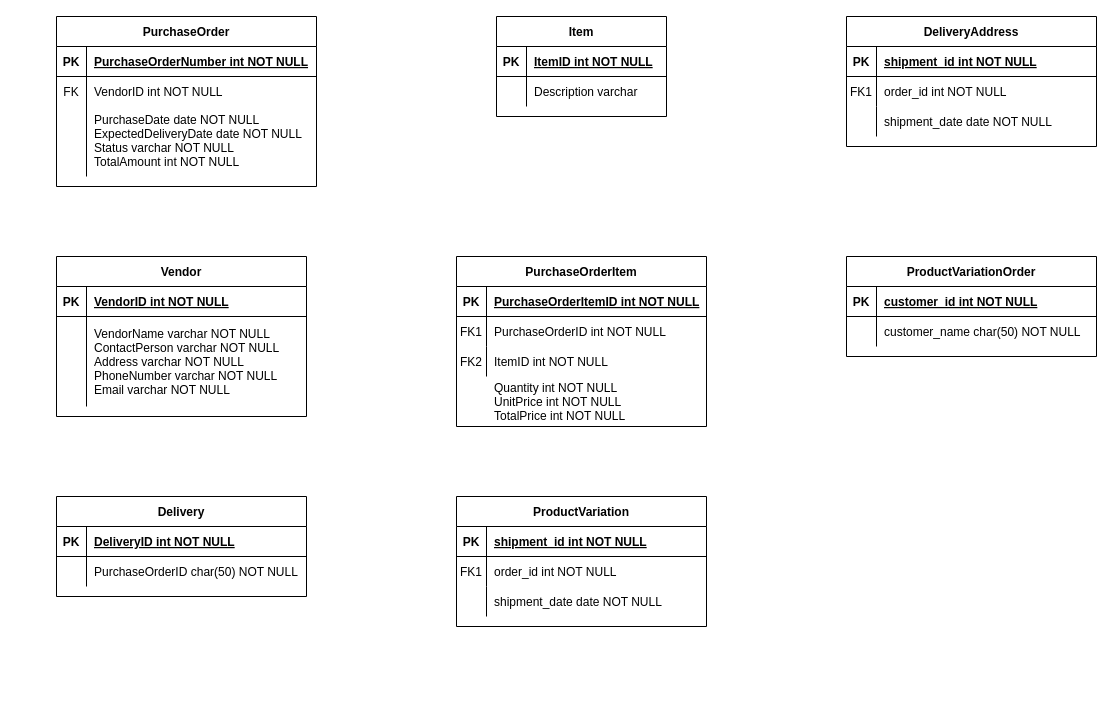
Above: Grament Buying House ER Diagram.drawio in AswadMuntasir/er_diagrams (draw.io), before the change. Source tidied: cells renumbered, new cells numbered last; positions are measured from the earlier drawing's top-left corner, leaving out a move shared by most shapes. Both pictures are drawn from the tidied source at 100%, with x=0, y=0 at pixel (56, 16).
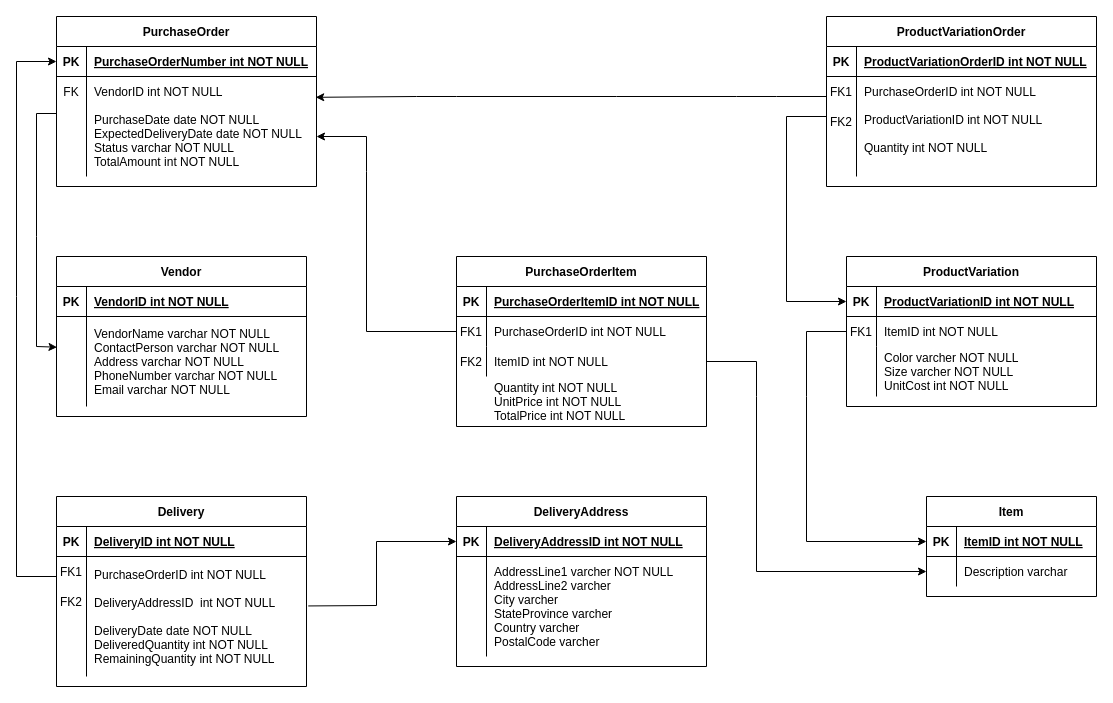
The same page after the edit.

Commit message:
Update Grament Buying House ER Diagram

Unchanged cells that the change refers to:
```xml
<mxCell id="3" style="shape=partialRectangle;fillColor=none;points=[[0,0.5],[1,0.5]];portConstraint=eastwest;top=0;left=0;right=0;bottom=1;" parent="2" vertex="1">
  <mxGeometry y="30" width="170" height="30" as="geometry" />
</mxCell>
<mxCell id="6" style="shape=partialRectangle;fillColor=none;points=[[0,0.5],[1,0.5]];portConstraint=eastwest;top=0;left=0;right=0;bottom=0;" parent="2" vertex="1">
  <mxGeometry y="60" width="170" height="30" as="geometry" />
</mxCell>
<mxCell id="13" style="shape=partialRectangle;fillColor=none;points=[[0,0.5],[1,0.5]];portConstraint=eastwest;top=0;left=0;right=0;bottom=0;" parent="9" vertex="1">
  <mxGeometry y="60" width="250" height="30" as="geometry" />
</mxCell>
<mxCell id="16" style="shape=partialRectangle;fillColor=none;points=[[0,0.5],[1,0.5]];portConstraint=eastwest;top=0;left=0;right=0;bottom=0;" parent="9" vertex="1">
  <mxGeometry y="90" width="250" height="30" as="geometry" />
</mxCell>
<mxCell id="20" style="shape=partialRectangle;fillColor=none;points=[[0,0.5],[1,0.5]];portConstraint=eastwest;top=0;left=0;right=0;bottom=1;" parent="19" vertex="1">
  <mxGeometry y="30" width="260" height="30" as="geometry" />
</mxCell>
<mxCell id="23" style="shape=partialRectangle;fillColor=none;points=[[0,0.5],[1,0.5]];portConstraint=eastwest;top=0;left=0;right=0;bottom=0;" parent="19" vertex="1">
  <mxGeometry y="60" width="260" height="100" as="geometry" />
</mxCell>
<mxCell id="30" style="shape=partialRectangle;fillColor=none;points=[[0,0.5],[1,0.5]];portConstraint=eastwest;top=0;left=0;right=0;bottom=0;" parent="26" vertex="1">
  <mxGeometry y="60" width="250" height="90" as="geometry" />
</mxCell>
<mxCell id="48" style="shape=partialRectangle;fillColor=none;points=[[0,0.5],[1,0.5]];portConstraint=eastwest;top=0;left=0;right=0;bottom=1;" parent="47" vertex="1">
  <mxGeometry y="30" width="250" height="30" as="geometry" />
</mxCell>
<mxCell id="51" style="shape=partialRectangle;fillColor=none;points=[[0,0.5],[1,0.5]];portConstraint=eastwest;top=0;left=0;right=0;bottom=0;" parent="47" vertex="1">
  <mxGeometry y="60" width="250" height="30" as="geometry" />
</mxCell>
<mxCell id="58" style="shape=partialRectangle;fillColor=none;points=[[0,0.5],[1,0.5]];portConstraint=eastwest;top=0;left=0;right=0;bottom=1;" parent="57" vertex="1">
  <mxGeometry y="30" width="250" height="30" as="geometry" />
</mxCell>
```

Change to the diagram source:
```diff
@@
     <mxCell id="2" value="Item" style="shape=table;startSize=30;childLayout=tableLayout;rowLines=0;fontStyle=1;align=center;" parent="1" vertex="1">
-      <mxGeometry x="440" width="170" height="100" as="geometry" />
+      <mxGeometry x="870" y="480" width="170" height="100" as="geometry" />
     </mxCell>
@@
     <mxCell id="33" value="Delivery" style="shape=table;startSize=30;childLayout=tableLayout;rowLines=0;fontStyle=1;align=center;" parent="1" vertex="1">
-      <mxGeometry y="480" width="250" height="100" as="geometry" />
+      <mxGeometry y="480" width="250" height="190" as="geometry" />
     </mxCell>
@@
     <mxCell id="37" style="shape=partialRectangle;fillColor=none;points=[[0,0.5],[1,0.5]];portConstraint=eastwest;top=0;left=0;right=0;bottom=0;" parent="33" vertex="1">
-      <mxGeometry y="60" width="250" height="30" as="geometry" />
+      <mxGeometry y="60" width="250" height="120" as="geometry" />
     </mxCell>
     <mxCell id="38" style="shape=partialRectangle;overflow=hidden;fillColor=none;top=0;left=0;bottom=0;right=0;" parent="37" vertex="1">
-      <mxGeometry width="30" height="30" as="geometry" />
+      <mxGeometry width="30" height="120" as="geometry" />
     </mxCell>
-    <mxCell id="39" value="PurchaseOrderID  char(50) NOT NULL" style="shape=partialRectangle;overflow=hidden;fillColor=none;top=0;left=0;bottom=0;right=0;align=left;spacingLeft=6;" parent="37" vertex="1">
-      <mxGeometry x="30" width="220" height="30" as="geometry" />
+    <mxCell id="39" value="PurchaseOrderID int NOT NULL&#10;&#10;DeliveryAddressID  int NOT NULL&#10;&#10;DeliveryDate date NOT NULL&#10;DeliveredQuantity int NOT NULL&#10;RemainingQuantity int NOT NULL " style="shape=partialRectangle;overflow=hidden;fillColor=none;top=0;left=0;bottom=0;right=0;align=left;spacingLeft=6;" parent="37" vertex="1">
+      <mxGeometry x="30" width="220" height="120" as="geometry" />
     </mxCell>
     <mxCell id="40" value="ProductVariationOrder" style="shape=table;startSize=30;childLayout=tableLayout;rowLines=0;fontStyle=1;align=center;" parent="1" vertex="1">
-      <mxGeometry x="790" y="240" width="250" height="100" as="geometry" />
+      <mxGeometry x="770" width="270" height="170" as="geometry" />
     </mxCell>
     <mxCell id="41" style="shape=partialRectangle;fillColor=none;top=0;left=0;right=0;bottom=1;" parent="40" vertex="1">
-      <mxGeometry y="30" width="250" height="30" as="geometry" />
+      <mxGeometry y="30" width="270" height="30" as="geometry" />
     </mxCell>
@@
-    <mxCell id="43" value="customer_id int NOT NULL " style="shape=partialRectangle;overflow=hidden;fillColor=none;top=0;left=0;bottom=0;right=0;align=left;spacingLeft=6;fontStyle=5;" parent="41" vertex="1">
-      <mxGeometry x="30" width="220" height="30" as="geometry" />
+    <mxCell id="43" value="ProductVariationOrderID  int NOT NULL " style="shape=partialRectangle;overflow=hidden;fillColor=none;top=0;left=0;bottom=0;right=0;align=left;spacingLeft=6;fontStyle=5;" parent="41" vertex="1">
+      <mxGeometry x="30" width="240" height="30" as="geometry" />
     </mxCell>
     <mxCell id="44" style="shape=partialRectangle;fillColor=none;top=0;left=0;right=0;bottom=0;" parent="40" vertex="1">
-      <mxGeometry y="60" width="250" height="30" as="geometry" />
+      <mxGeometry y="60" width="270" height="100" as="geometry" />
     </mxCell>
     <mxCell id="45" style="shape=partialRectangle;overflow=hidden;fillColor=none;top=0;left=0;bottom=0;right=0;" parent="44" vertex="1">
-      <mxGeometry width="30" height="30" as="geometry" />
+      <mxGeometry width="30" height="100" as="geometry" />
     </mxCell>
-    <mxCell id="46" value="customer_name char(50) NOT NULL" style="shape=partialRectangle;overflow=hidden;fillColor=none;top=0;left=0;bottom=0;right=0;align=left;spacingLeft=6;" parent="44" vertex="1">
-      <mxGeometry x="30" width="220" height="30" as="geometry" />
+    <mxCell id="46" value="PurchaseOrderID int NOT NULL&#10;&#10;ProductVariationID int NOT NULL&#10;&#10;Quantity int NOT NULL&#10;" style="shape=partialRectangle;overflow=hidden;fillColor=none;top=0;left=0;bottom=0;right=0;align=left;spacingLeft=6;" parent="44" vertex="1">
+      <mxGeometry x="30" width="240" height="100" as="geometry" />
     </mxCell>
     <mxCell id="47" value="ProductVariation" style="shape=table;startSize=30;childLayout=tableLayout;rowLines=0;fontStyle=1;align=center;" parent="1" vertex="1">
-      <mxGeometry x="400" y="480" width="250" height="130" as="geometry" />
+      <mxGeometry x="790" y="240" width="250" height="150" as="geometry" />
     </mxCell>
@@
-    <mxCell id="50" value="shipment_id int NOT NULL " style="shape=partialRectangle;overflow=hidden;fillColor=none;top=0;left=0;bottom=0;right=0;align=left;spacingLeft=6;fontStyle=5;" parent="48" vertex="1">
+    <mxCell id="50" value="ProductVariationID int NOT NULL " style="shape=partialRectangle;overflow=hidden;fillColor=none;top=0;left=0;bottom=0;right=0;align=left;spacingLeft=6;fontStyle=5;" parent="48" vertex="1">
       <mxGeometry x="30" width="220" height="30" as="geometry" />
     </mxCell>
@@
-    <mxCell id="53" value="order_id int NOT NULL" style="shape=partialRectangle;overflow=hidden;fillColor=none;top=0;left=0;bottom=0;right=0;align=left;spacingLeft=6;" parent="51" vertex="1">
+    <mxCell id="53" value="ItemID  int NOT NULL" style="shape=partialRectangle;overflow=hidden;fillColor=none;top=0;left=0;bottom=0;right=0;align=left;spacingLeft=6;" parent="51" vertex="1">
       <mxGeometry x="30" width="220" height="30" as="geometry" />
     </mxCell>
     <mxCell id="54" style="shape=partialRectangle;fillColor=none;top=0;left=0;right=0;bottom=0;" parent="47" vertex="1">
-      <mxGeometry y="90" width="250" height="30" as="geometry" />
+      <mxGeometry y="90" width="250" height="50" as="geometry" />
     </mxCell>
     <mxCell id="55" style="shape=partialRectangle;overflow=hidden;fillColor=none;top=0;left=0;bottom=0;right=0;" parent="54" vertex="1">
-      <mxGeometry width="30" height="30" as="geometry" />
+      <mxGeometry width="30" height="50" as="geometry" />
     </mxCell>
-    <mxCell id="56" value="shipment_date date NOT NULL" style="shape=partialRectangle;overflow=hidden;fillColor=none;top=0;left=0;bottom=0;right=0;align=left;spacingLeft=6;" parent="54" vertex="1">
-      <mxGeometry x="30" width="220" height="30" as="geometry" />
+    <mxCell id="56" value="Color  varcher NOT NULL&#10;Size varcher NOT NULL&#10;UnitCost int NOT NULL " style="shape=partialRectangle;overflow=hidden;fillColor=none;top=0;left=0;bottom=0;right=0;align=left;spacingLeft=6;" parent="54" vertex="1">
+      <mxGeometry x="30" width="220" height="50" as="geometry" />
     </mxCell>
     <mxCell id="57" value="DeliveryAddress" style="shape=table;startSize=30;childLayout=tableLayout;rowLines=0;fontStyle=1;align=center;" parent="1" vertex="1">
-      <mxGeometry x="790" width="250" height="130" as="geometry" />
+      <mxGeometry x="400" y="480" width="250" height="170" as="geometry" />
     </mxCell>
@@
-    <mxCell id="60" value="shipment_id int NOT NULL " style="shape=partialRectangle;overflow=hidden;fillColor=none;top=0;left=0;bottom=0;right=0;align=left;spacingLeft=6;fontStyle=5;" parent="58" vertex="1">
+    <mxCell id="60" value="DeliveryAddressID int NOT NULL " style="shape=partialRectangle;overflow=hidden;fillColor=none;top=0;left=0;bottom=0;right=0;align=left;spacingLeft=6;fontStyle=5;" parent="58" vertex="1">
       <mxGeometry x="30" width="220" height="30" as="geometry" />
     </mxCell>
     <mxCell id="61" style="shape=partialRectangle;fillColor=none;top=0;left=0;right=0;bottom=0;" parent="57" vertex="1">
-      <mxGeometry y="60" width="250" height="30" as="geometry" />
+      <mxGeometry y="60" width="250" height="100" as="geometry" />
     </mxCell>
-    <mxCell id="62" value="FK1" style="shape=partialRectangle;overflow=hidden;fillColor=none;top=0;left=0;bottom=0;right=0;" parent="61" vertex="1">
-      <mxGeometry width="30" height="30" as="geometry" />
+    <mxCell id="62" style="shape=partialRectangle;overflow=hidden;fillColor=none;top=0;left=0;bottom=0;right=0;" parent="61" vertex="1">
+      <mxGeometry width="30" height="100" as="geometry" />
     </mxCell>
-    <mxCell id="63" value="order_id int NOT NULL" style="shape=partialRectangle;overflow=hidden;fillColor=none;top=0;left=0;bottom=0;right=0;align=left;spacingLeft=6;" parent="61" vertex="1">
-      <mxGeometry x="30" width="220" height="30" as="geometry" />
+    <mxCell id="63" value="AddressLine1 varcher NOT NULL&#10;AddressLine2 varcher&#10;City varcher&#10;StateProvince varcher&#10;Country varcher&#10;PostalCode varcher" style="shape=partialRectangle;overflow=hidden;fillColor=none;top=0;left=0;bottom=0;right=0;align=left;spacingLeft=6;" parent="61" vertex="1">
+      <mxGeometry x="30" width="220" height="100" as="geometry" />
     </mxCell>
-    <mxCell id="64" style="shape=partialRectangle;fillColor=none;top=0;left=0;right=0;bottom=0;" parent="57" vertex="1">
-      <mxGeometry y="90" width="250" height="30" as="geometry" />
-    </mxCell>
-    <mxCell id="65" style="shape=partialRectangle;overflow=hidden;fillColor=none;top=0;left=0;bottom=0;right=0;" parent="64" vertex="1">
-      <mxGeometry width="30" height="30" as="geometry" />
-    </mxCell>
-    <mxCell id="66" value="shipment_date date NOT NULL" style="shape=partialRectangle;overflow=hidden;fillColor=none;top=0;left=0;bottom=0;right=0;align=left;spacingLeft=6;" parent="64" vertex="1">
-      <mxGeometry x="30" width="220" height="30" as="geometry" />
-    </mxCell>
@@
+    <mxCell id="69" value="FK1" style="shape=partialRectangle;overflow=hidden;fillColor=none;top=0;left=0;bottom=0;right=0;" parent="1" vertex="1">
+      <mxGeometry y="540" width="30" height="30" as="geometry" />
+    </mxCell>
+    <mxCell id="70" value="FK2" style="shape=partialRectangle;overflow=hidden;fillColor=none;top=0;left=0;bottom=0;right=0;" parent="1" vertex="1">
+      <mxGeometry y="570" width="30" height="30" as="geometry" />
+    </mxCell>
+    <mxCell id="71" value="FK1" style="shape=partialRectangle;overflow=hidden;fillColor=none;top=0;left=0;bottom=0;right=0;" parent="1" vertex="1">
+      <mxGeometry x="770" y="60" width="30" height="30" as="geometry" />
+    </mxCell>
+    <mxCell id="72" value="FK2" style="shape=partialRectangle;overflow=hidden;fillColor=none;top=0;left=0;bottom=0;right=0;" parent="1" vertex="1">
+      <mxGeometry x="770" y="90" width="30" height="30" as="geometry" />
+    </mxCell>
+    <mxCell id="73" style="endArrow=classic;html=1;rounded=0;entryX=0.002;entryY=0.341;entryDx=0;entryDy=0;entryPerimeter=0;" parent="1" edge="1" target="30">
+      <mxGeometry relative="1" as="geometry">
+        <mxPoint y="97" as="sourcePoint" />
+        <Array as="points">
+          <mxPoint x="-20" y="97" />
+          <mxPoint x="-20" y="220" />
+          <mxPoint x="-20" y="330" />
+        </Array>
+      </mxGeometry>
+    </mxCell>
+    <mxCell id="74" style="endArrow=classic;html=1;rounded=0;entryX=0;entryY=0.5;entryDx=0;entryDy=0;" parent="1" edge="1" target="20">
+      <mxGeometry relative="1" as="geometry">
+        <mxPoint y="560" as="sourcePoint" />
+        <Array as="points">
+          <mxPoint x="-40" y="560" />
+          <mxPoint x="-40" y="280" />
+          <mxPoint x="-40" y="45" />
+        </Array>
+      </mxGeometry>
+    </mxCell>
+    <mxCell id="75" style="endArrow=classic;html=1;rounded=0;exitX=0;exitY=0.5;exitDx=0;exitDy=0;" parent="1" edge="1" source="13">
+      <mxGeometry relative="1" as="geometry">
+        <mxPoint x="260" y="120" as="targetPoint" />
+        <Array as="points">
+          <mxPoint x="310" y="315" />
+          <mxPoint x="310" y="155" />
+          <mxPoint x="310" y="120" />
+        </Array>
+      </mxGeometry>
+    </mxCell>
+    <mxCell id="76" style="endArrow=classic;html=1;rounded=0;entryX=0.997;entryY=0.208;entryDx=0;entryDy=0;entryPerimeter=0;" parent="1" edge="1" target="23">
+      <mxGeometry relative="1" as="geometry">
+        <mxPoint x="770" y="80" as="sourcePoint" />
+        <Array as="points">
+          <mxPoint x="720" y="80" />
+          <mxPoint x="680" y="80" />
+          <mxPoint x="560" y="80" />
+          <mxPoint x="400" y="80" />
+          <mxPoint x="360" y="80" />
+        </Array>
+      </mxGeometry>
+    </mxCell>
+    <mxCell id="77" style="endArrow=classic;html=1;rounded=0;exitX=0;exitY=0.5;exitDx=0;exitDy=0;entryX=0;entryY=0.5;entryDx=0;entryDy=0;" parent="1" edge="1" source="51" target="3">
+      <mxGeometry relative="1" as="geometry">
+        <Array as="points">
+          <mxPoint x="750" y="315" />
+          <mxPoint x="750" y="380" />
+          <mxPoint x="750" y="525" />
+        </Array>
+      </mxGeometry>
+    </mxCell>
+    <mxCell id="78" style="endArrow=classic;html=1;rounded=0;entryX=0;entryY=0.5;entryDx=0;entryDy=0;" parent="1" edge="1" target="48">
+      <mxGeometry relative="1" as="geometry">
+        <mxPoint x="770" y="100" as="sourcePoint" />
+        <Array as="points">
+          <mxPoint x="730" y="100" />
+          <mxPoint x="730" y="285" />
+        </Array>
+      </mxGeometry>
+    </mxCell>
+    <mxCell id="79" style="endArrow=classic;html=1;rounded=0;exitX=1;exitY=0.5;exitDx=0;exitDy=0;entryX=0;entryY=0.5;entryDx=0;entryDy=0;" parent="1" edge="1" source="16" target="6">
+      <mxGeometry relative="1" as="geometry">
+        <Array as="points">
+          <mxPoint x="700" y="345" />
+          <mxPoint x="700" y="380" />
+          <mxPoint x="700" y="555" />
+        </Array>
+      </mxGeometry>
+    </mxCell>
+    <mxCell id="80" style="endArrow=classic;html=1;rounded=0;exitX=1.007;exitY=0.412;exitDx=0;exitDy=0;exitPerimeter=0;entryX=0;entryY=0.5;entryDx=0;entryDy=0;" parent="1" edge="1" source="37" target="58">
+      <mxGeometry relative="1" as="geometry">
+        <Array as="points">
+          <mxPoint x="320" y="589" />
+          <mxPoint x="320" y="525" />
+        </Array>
+      </mxGeometry>
+    </mxCell>
```
